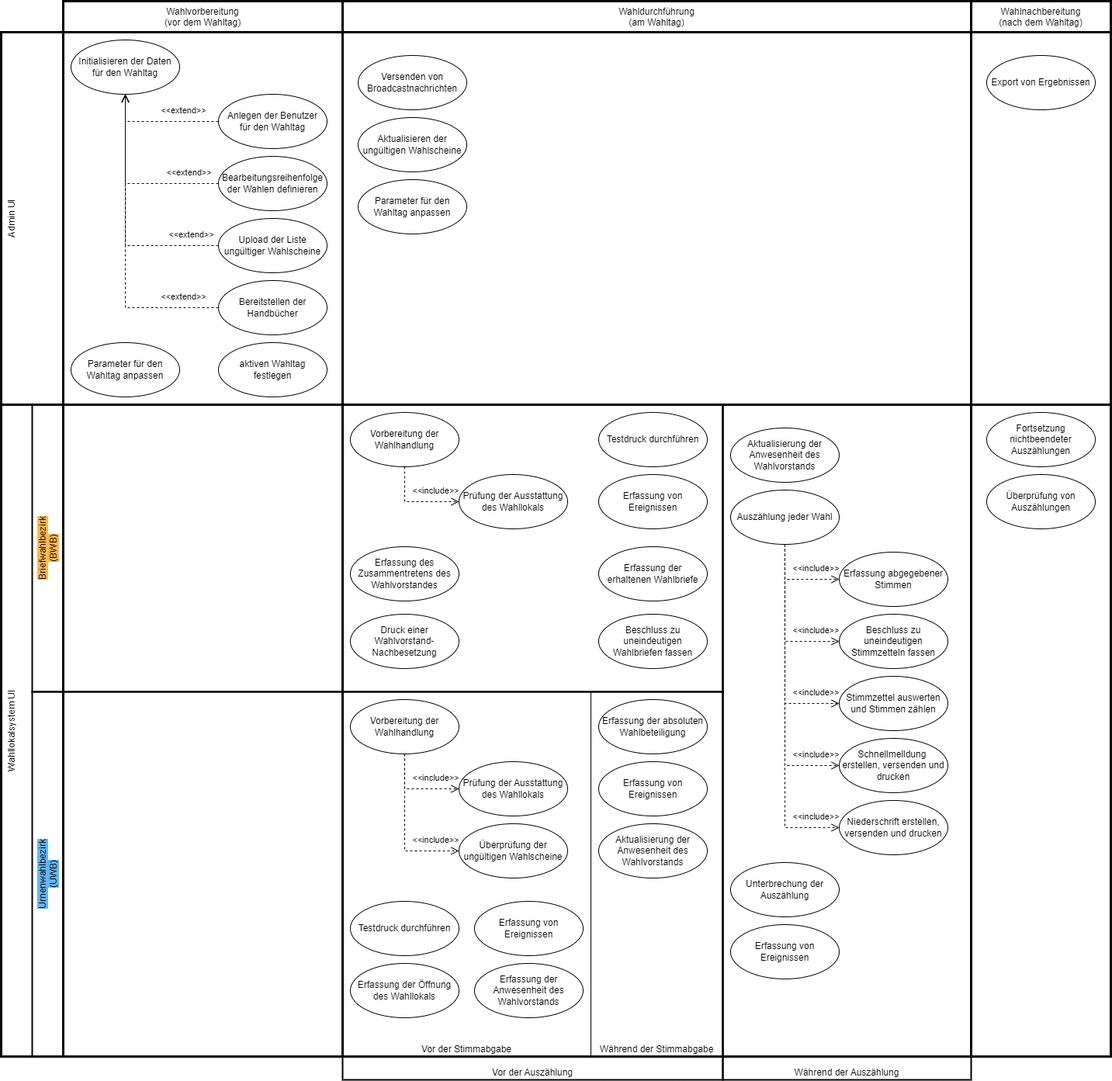
Before: docs/src/public/relationshipOfUIsToElectionProcess.drawio.png, a diagram exported from draw.io (it-at-m/Wahllokalsystem). Source tidied: cells renumbered, new cells last; positions are measured from the earlier drawing's top-left corner, leaving out a move shared by most shapes.
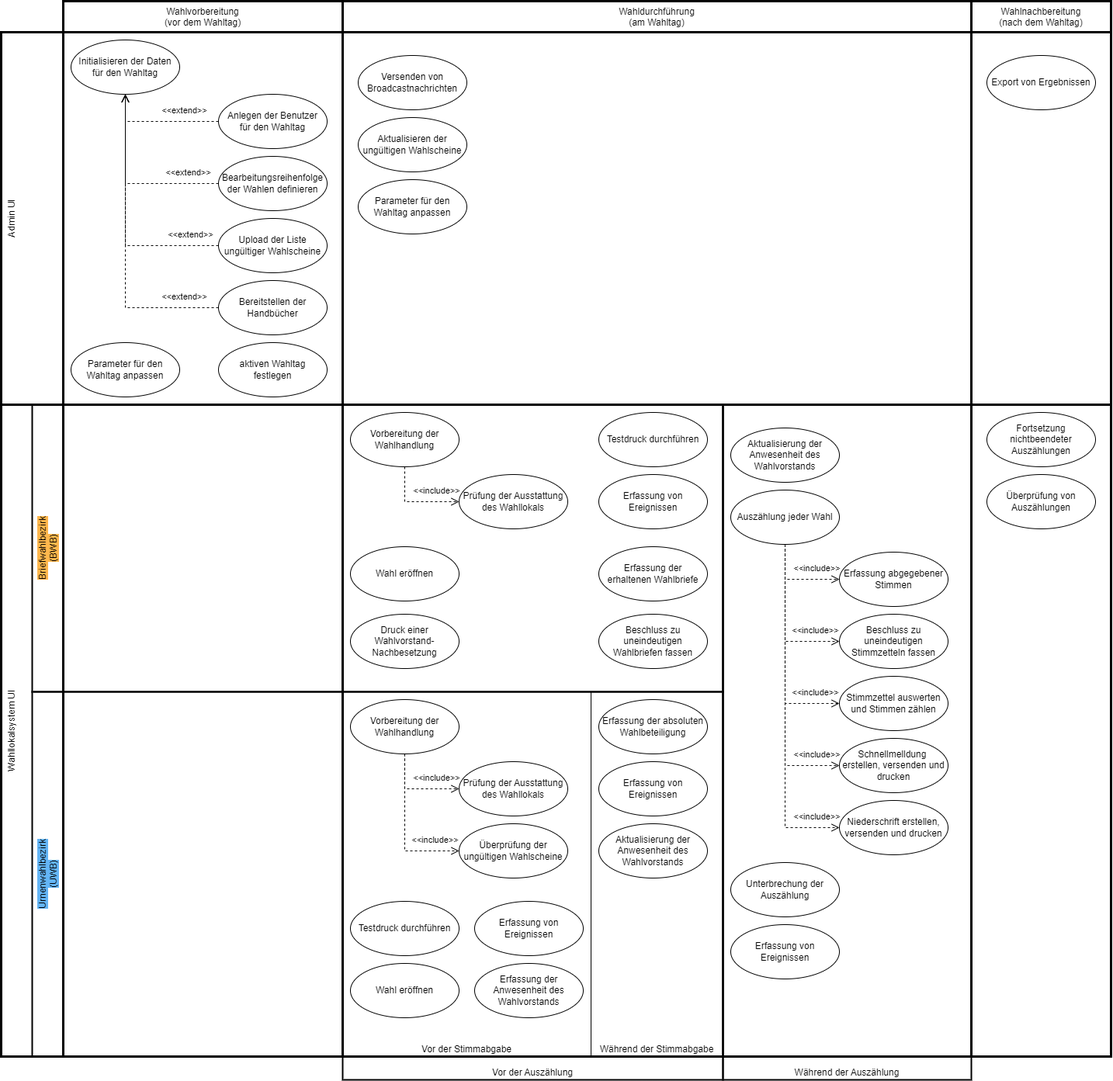
Later version of the same file.

Commit message:
add docu usecase wahl eröffnen

What changed in the source:
```diff
@@ -143,7 +143,7 @@
         </Array>
       </mxGeometry>
     </mxCell>
-    <mxCell id="41" value="Erfassung des Zusammentretens des Wahlvorstandes" style="ellipse;whiteSpace=wrap;html=1;" parent="1" vertex="1">
+    <mxCell id="41" value="Wahl eröffnen" style="ellipse;whiteSpace=wrap;html=1;" parent="1" vertex="1">
       <mxGeometry x="450" y="703" width="140" height="70" as="geometry" />
     </mxCell>
     <mxCell id="42" value="&lt;div&gt;&lt;span style=&quot;background-color: initial;&quot;&gt;Erfassung der&lt;br&gt;erhaltenen Wahlbriefe&lt;/span&gt;&lt;br&gt;&lt;/div&gt;" style="ellipse;whiteSpace=wrap;html=1;" parent="1" vertex="1">
@@ -170,7 +170,7 @@
     <mxCell id="49" value="Erfassung der Anwesenheit des Wahlvorstands" style="ellipse;whiteSpace=wrap;html=1;" parent="1" vertex="1">
       <mxGeometry x="610" y="1240" width="140" height="70" as="geometry" />
     </mxCell>
-    <mxCell id="50" value="Erfassung der Öffnung des Wahllokals" style="ellipse;whiteSpace=wrap;html=1;" parent="1" vertex="1">
+    <mxCell id="50" value="Wahl eröffnen" style="ellipse;whiteSpace=wrap;html=1;" parent="1" vertex="1">
       <mxGeometry x="450" y="1240" width="140" height="70" as="geometry" />
     </mxCell>
     <mxCell id="51" value="Erfassung von Ereignissen" style="ellipse;whiteSpace=wrap;html=1;" parent="1" vertex="1">
```
